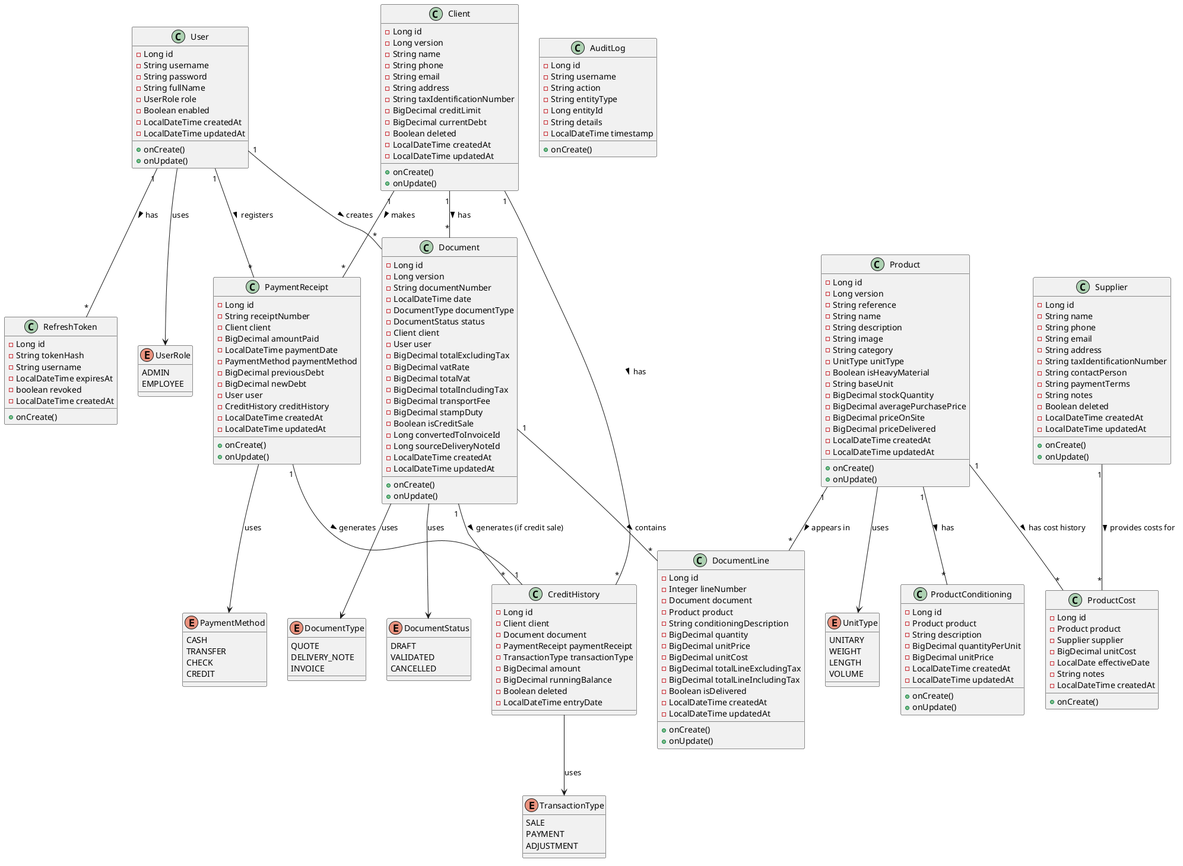
This is docs/images/Hardware-Store-Class-Diagram.png from mAmineChniti/hardware_store, a PlantUML export, as it was before one commit.
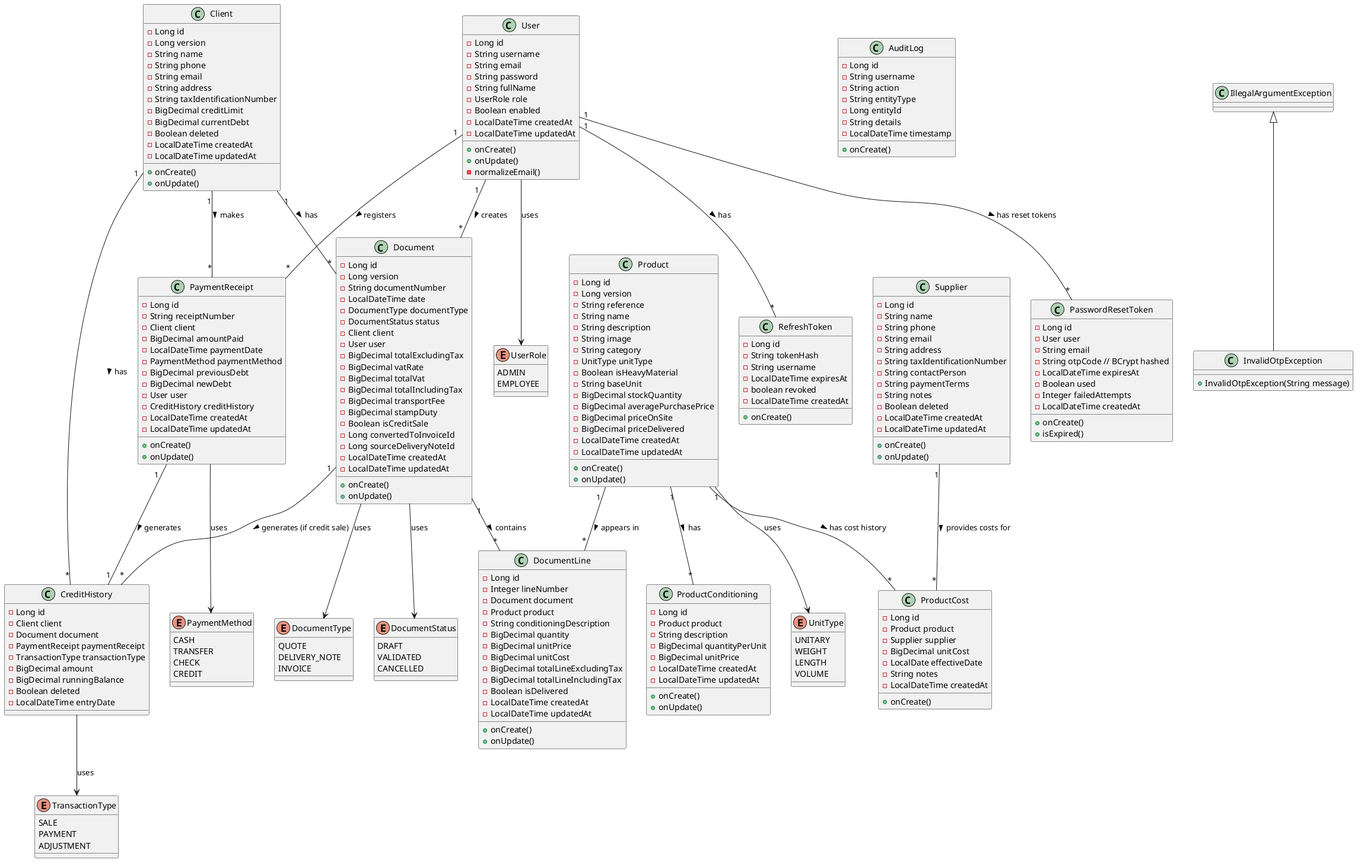
Later version of the same file.

Diff of the diagram source:
```diff
@@ -42,6 +42,7 @@
 class User {
   - Long id
   - String username
+  - String email
   - String password
   - String fullName
   - UserRole role
@@ -50,6 +51,7 @@
   - LocalDateTime updatedAt
   + onCreate()
   + onUpdate()
+  - normalizeEmail()
 }
 
 class Client {
@@ -222,6 +224,23 @@
   + onCreate()
 }
 
+class PasswordResetToken {
+  - Long id
+  - User user
+  - String email
+  - String otpCode // BCrypt hashed
+  - LocalDateTime expiresAt
+  - Boolean used
+  - Integer failedAttempts
+  - LocalDateTime createdAt
+  + onCreate()
+  + isExpired()
+}
+
+class InvalidOtpException extends IllegalArgumentException {
+  + InvalidOtpException(String message)
+}
+
 
 User --> UserRole : uses
 Product --> UnitType : uses
@@ -233,6 +252,7 @@
 User "1" -- "*" Document : creates >
 User "1" -- "*" PaymentReceipt : registers >
 User "1" -- "*" RefreshToken : has >
+User "1" -- "*" PasswordResetToken : has reset tokens >
 
 Client "1" -- "*" Document : has >
 Client "1" -- "*" PaymentReceipt : makes >
```
